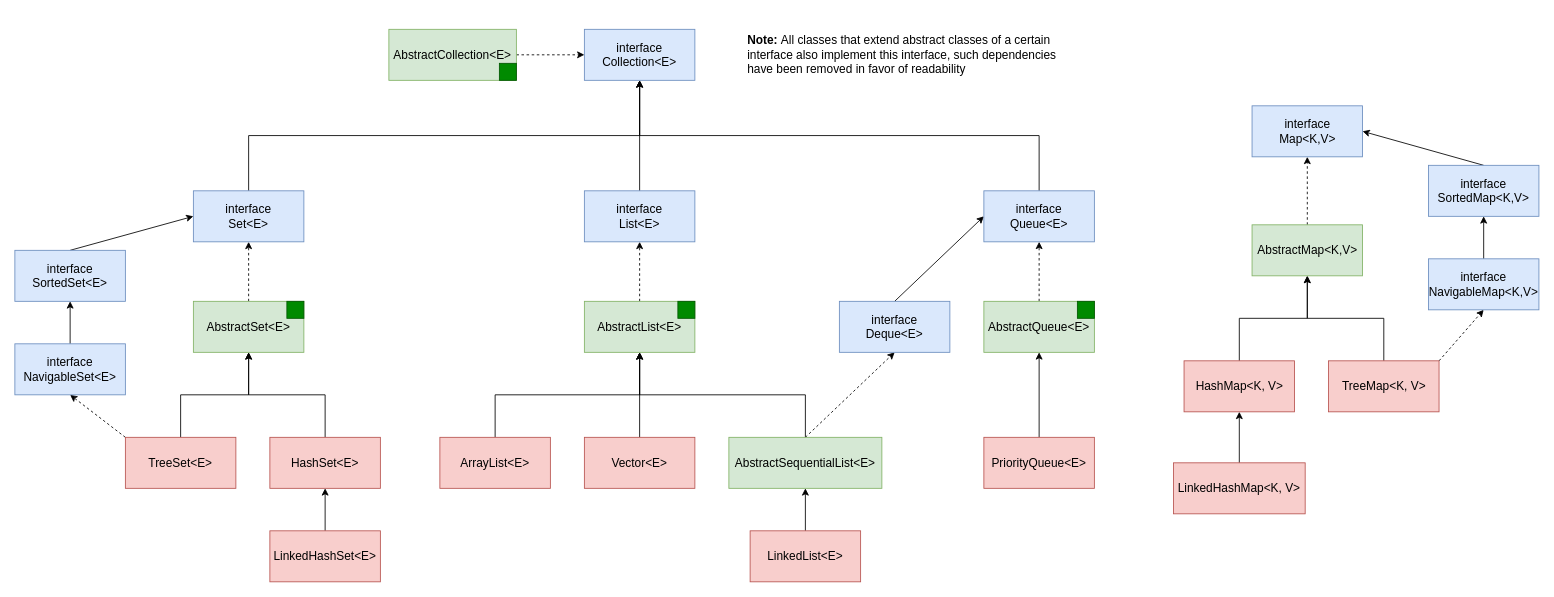
This is JavaCollectionHierarchy.drawio from SherfoLD/Java-Collection-Hierarchy, a draw.io file, before an edit. Source tidied: cells renumbered, new cells numbered last; positions are measured from the earlier drawing's top-left corner, leaving out a move shared by most shapes. Both pictures are drawn from the tidied source at 85%, with x=0, y=0 at pixel (14, 14).
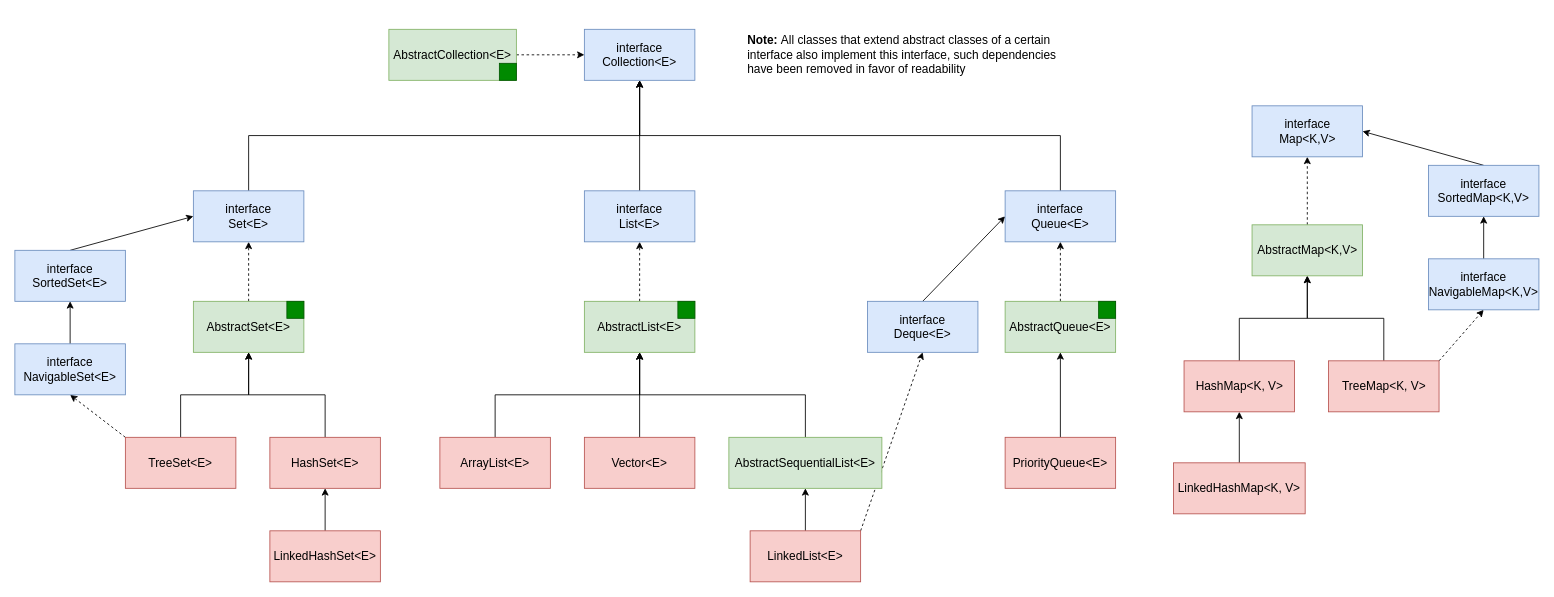
The same page after the edit.

Commit message (it also covers changes not shown here):
fixed linked list dependencies

The change refers to these unchanged cells:
```xml
<mxCell id="28" value="&lt;font style=&quot;font-size: 14px;&quot;&gt;LinkedList&amp;lt;E&amp;gt;&lt;/font&gt;" style="rounded=0;whiteSpace=wrap;html=1;fillColor=#f8cecc;strokeColor=#b85450;" parent="1" vertex="1">
  <mxGeometry x="865" y="608" width="130" height="60" as="geometry" />
</mxCell>
<mxCell id="34" value="&lt;font style=&quot;font-size: 14px;&quot;&gt;AbstractSequentialList&amp;lt;E&amp;gt;&lt;/font&gt;" style="rounded=0;whiteSpace=wrap;html=1;fillColor=#d5e8d4;strokeColor=#82b366;" parent="1" vertex="1">
  <mxGeometry x="840" y="498" width="180" height="60" as="geometry" />
</mxCell>
```

What changed in the source:
```diff
@@
-    <mxCell id="27" style="rounded=0;jettySize=auto;html=1;exitX=0.5;exitY=0;exitDx=0;exitDy=0;entryX=0.5;entryY=1;entryDx=0;entryDy=0;dashed=1;" parent="1" edge="1" source="34" target="31">
+    <mxCell id="27" style="rounded=0;jettySize=auto;html=1;exitX=1;exitY=0;exitDx=0;exitDy=0;entryX=0.5;entryY=1;entryDx=0;entryDy=0;dashed=1;" parent="1" edge="1" source="28" target="31">
       <mxGeometry relative="1" as="geometry" />
     </mxCell>
@@
     <mxCell id="31" value="&lt;font style=&quot;font-size: 14px;&quot;&gt;interface&lt;br&gt;Deque&amp;lt;E&amp;gt;&lt;/font&gt;" style="rounded=0;whiteSpace=wrap;html=1;fillColor=#dae8fc;strokeColor=#6c8ebf;" parent="1" vertex="1">
-      <mxGeometry x="970" y="338" width="130" height="60" as="geometry" />
+      <mxGeometry x="1003" y="338" width="130" height="60" as="geometry" />
     </mxCell>
@@
     <mxCell id="33" value="&lt;font style=&quot;font-size: 14px;&quot;&gt;interface&lt;br&gt;Queue&amp;lt;E&amp;gt;&lt;/font&gt;" style="rounded=0;whiteSpace=wrap;html=1;fillColor=#dae8fc;strokeColor=#6c8ebf;" parent="1" vertex="1">
-      <mxGeometry x="1140" y="208" width="130" height="60" as="geometry" />
+      <mxGeometry x="1165" y="208" width="130" height="60" as="geometry" />
     </mxCell>
@@
     <mxCell id="36" value="&lt;font style=&quot;font-size: 14px;&quot;&gt;AbstractQueue&amp;lt;E&amp;gt;&lt;/font&gt;" style="rounded=0;whiteSpace=wrap;html=1;fillColor=#d5e8d4;strokeColor=#82b366;" parent="1" vertex="1">
-      <mxGeometry x="1140" y="338" width="130" height="60" as="geometry" />
+      <mxGeometry x="1165" y="338" width="130" height="60" as="geometry" />
     </mxCell>
@@
     <mxCell id="38" value="&lt;font style=&quot;font-size: 14px;&quot;&gt;PriorityQueue&amp;lt;E&amp;gt;&lt;/font&gt;" style="rounded=0;whiteSpace=wrap;html=1;fillColor=#f8cecc;strokeColor=#b85450;" parent="1" vertex="1">
-      <mxGeometry x="1140" y="498" width="130" height="60" as="geometry" />
+      <mxGeometry x="1165" y="498" width="130" height="60" as="geometry" />
     </mxCell>
@@
     <mxCell id="41" style="rounded=0;whiteSpace=wrap;html=1;fillColor=#008a00;fontColor=#ffffff;strokeColor=#005700;" parent="1" vertex="1">
-      <mxGeometry x="1250" y="338" width="20" height="20" as="geometry" />
+      <mxGeometry x="1275" y="338" width="20" height="20" as="geometry" />
     </mxCell>
```
